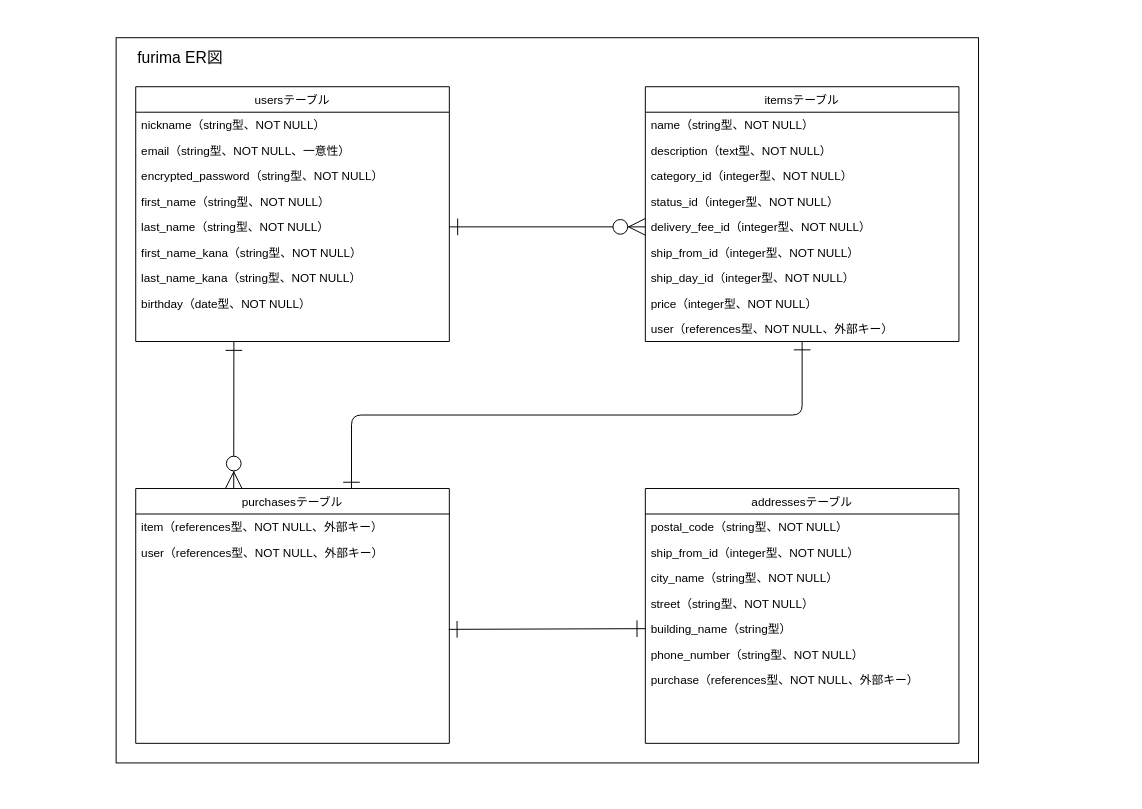
Before: ER.drawio in kazukiwada01/furima-37032, a draw.io diagram. Source tidied: cells renumbered, new cells numbered last; positions are measured from the earlier drawing's top-left corner, leaving out a move shared by most shapes. Both pictures are drawn from the tidied source at 98%, with x=0, y=0 at pixel (116, 37).
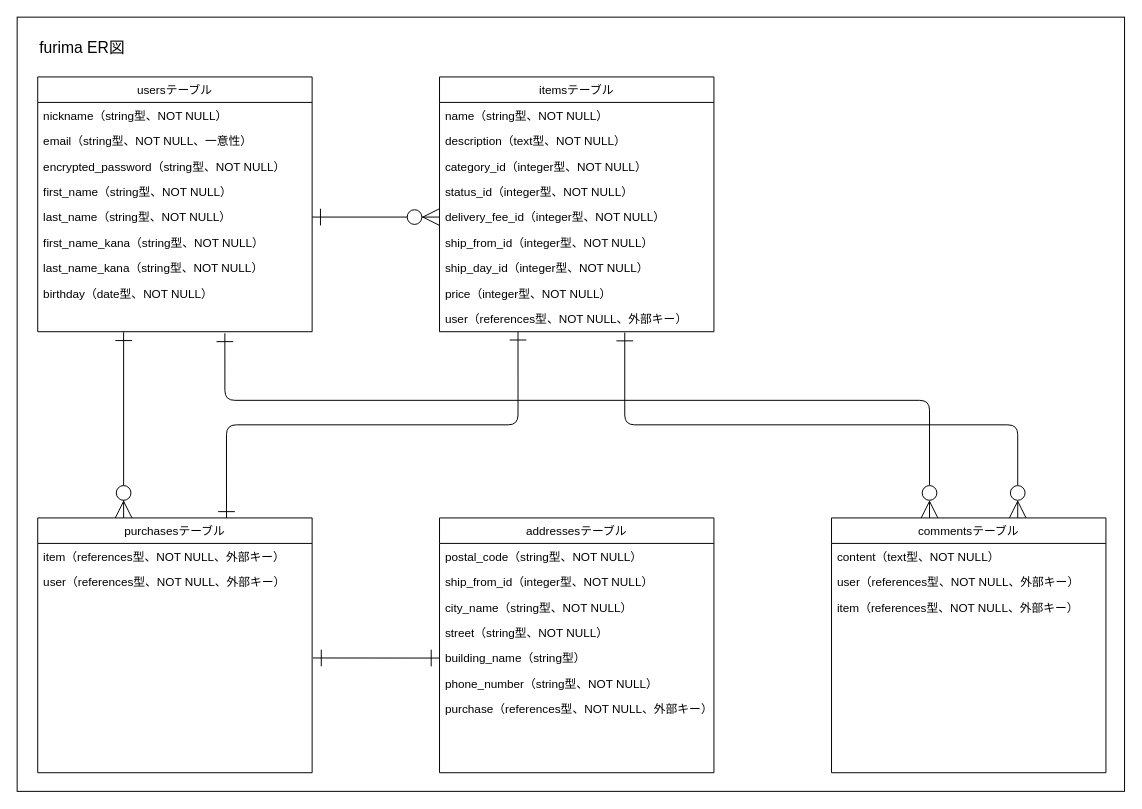
Above is the later version.

Commit message (it also covers changes not shown here):
ER図,READMEの修正

The edit, as a diff of the source:
```diff
@@
     <mxCell id="2" style="rounded=0;whiteSpace=wrap;html=1;fontSize=12;fontColor=#000000;strokeColor=#000000;fillColor=none;" parent="1" vertex="1">
-      <mxGeometry width="880" height="740" as="geometry" />
+      <mxGeometry x="-101" y="-21" width="1130" height="790" as="geometry" />
     </mxCell>
     <mxCell id="3" value="&lt;font color=&quot;#000000&quot; style=&quot;font-size: 16px;&quot;&gt;furima ER図&lt;/font&gt;" style="text;html=1;align=left;verticalAlign=middle;strokeColor=none;fontSize=16;" parent="1" vertex="1">
-      <mxGeometry x="20" y="10" width="100" height="20" as="geometry" />
+      <mxGeometry x="-80" width="100" height="20" as="geometry" />
     </mxCell>
     <mxCell id="4" value="itemsテーブル" style="swimlane;fontStyle=0;horizontal=1;startSize=26;fontSize=12;fillColor=#FFFFFF;fontColor=#000000;strokeColor=#000000;" parent="1" vertex="1">
-      <mxGeometry x="540" y="50" width="320" height="260" as="geometry" />
+      <mxGeometry x="330" y="40" width="280" height="260" as="geometry" />
     </mxCell>
     <mxCell id="5" value="name（string型、NOT NULL）" style="text;strokeColor=none;fillColor=none;align=left;verticalAlign=top;spacingLeft=4;spacingRight=4;overflow=hidden;fontColor=#000000;" parent="4" vertex="1">
-      <mxGeometry y="26" width="320" height="26" as="geometry" />
+      <mxGeometry y="26" width="280" height="26" as="geometry" />
     </mxCell>
     <mxCell id="6" value="description（text型、NOT NULL）" style="text;strokeColor=none;fillColor=none;align=left;verticalAlign=top;spacingLeft=4;spacingRight=4;overflow=hidden;fontColor=#000000;" parent="4" vertex="1">
-      <mxGeometry y="52" width="320" height="26" as="geometry" />
+      <mxGeometry y="52" width="280" height="26" as="geometry" />
     </mxCell>
     <mxCell id="7" value="category_id（integer型、NOT NULL）" style="text;strokeColor=none;fillColor=none;align=left;verticalAlign=top;spacingLeft=4;spacingRight=4;overflow=hidden;fontColor=#000000;" parent="4" vertex="1">
-      <mxGeometry y="78" width="320" height="26" as="geometry" />
+      <mxGeometry y="78" width="280" height="26" as="geometry" />
     </mxCell>
     <mxCell id="8" value="status_id（integer型、NOT NULL）" style="text;strokeColor=none;fillColor=none;align=left;verticalAlign=top;spacingLeft=4;spacingRight=4;overflow=hidden;fontColor=#000000;" parent="4" vertex="1">
-      <mxGeometry y="104" width="320" height="26" as="geometry" />
+      <mxGeometry y="104" width="280" height="26" as="geometry" />
     </mxCell>
     <mxCell id="9" value="delivery_fee_id（integer型、NOT NULL）" style="text;strokeColor=none;fillColor=none;align=left;verticalAlign=top;spacingLeft=4;spacingRight=4;overflow=hidden;points=[[0,0.5],[1,0.5]];portConstraint=eastwest;fontColor=#000000;" parent="4" vertex="1">
-      <mxGeometry y="130" width="320" height="26" as="geometry" />
+      <mxGeometry y="130" width="280" height="26" as="geometry" />
     </mxCell>
     <mxCell id="10" value="ship_from_id（integer型、NOT NULL）" style="text;strokeColor=none;fillColor=none;align=left;verticalAlign=top;spacingLeft=4;spacingRight=4;overflow=hidden;fontColor=#000000;" parent="4" vertex="1">
-      <mxGeometry y="156" width="320" height="26" as="geometry" />
+      <mxGeometry y="156" width="280" height="26" as="geometry" />
     </mxCell>
     <mxCell id="11" value="ship_day_id（integer型、NOT NULL）" style="text;strokeColor=none;fillColor=none;align=left;verticalAlign=top;spacingLeft=4;spacingRight=4;overflow=hidden;fontColor=#000000;" parent="4" vertex="1">
-      <mxGeometry y="182" width="320" height="26" as="geometry" />
+      <mxGeometry y="182" width="280" height="26" as="geometry" />
     </mxCell>
     <mxCell id="12" value="price（integer型、NOT NULL）" style="text;strokeColor=none;fillColor=none;align=left;verticalAlign=top;spacingLeft=4;spacingRight=4;overflow=hidden;fontColor=#000000;" parent="4" vertex="1">
-      <mxGeometry y="208" width="320" height="26" as="geometry" />
+      <mxGeometry y="208" width="280" height="26" as="geometry" />
     </mxCell>
     <mxCell id="13" value="user（references型、NOT NULL、外部キー）" style="text;strokeColor=none;fillColor=none;align=left;verticalAlign=top;spacingLeft=4;spacingRight=4;overflow=hidden;points=[[0,0.5],[1,0.5]];portConstraint=eastwest;fontColor=#000000;" parent="4" vertex="1">
-      <mxGeometry y="234" width="320" height="26" as="geometry" />
+      <mxGeometry y="234" width="280" height="26" as="geometry" />
     </mxCell>
     <mxCell id="14" value="usersテーブル" style="swimlane;fontStyle=0;horizontal=1;startSize=26;fontSize=12;fillColor=#FFFFFF;fontColor=#000000;strokeColor=#000000;" parent="1" vertex="1">
-      <mxGeometry x="20" y="50" width="320" height="260" as="geometry" />
+      <mxGeometry x="-80" y="40" width="280" height="260" as="geometry" />
     </mxCell>
     <mxCell id="15" value="nickname（string型、NOT NULL）" style="text;strokeColor=none;fillColor=none;align=left;verticalAlign=top;spacingLeft=4;spacingRight=4;overflow=hidden;fontColor=#000000;" parent="14" vertex="1">
-      <mxGeometry y="26" width="320" height="26" as="geometry" />
+      <mxGeometry y="26" width="280" height="26" as="geometry" />
     </mxCell>
     <mxCell id="16" value="email（string型、NOT NULL、一意性）" style="text;strokeColor=none;fillColor=none;align=left;verticalAlign=top;spacingLeft=4;spacingRight=4;overflow=hidden;fontColor=#000000;" parent="14" vertex="1">
-      <mxGeometry y="52" width="320" height="26" as="geometry" />
+      <mxGeometry y="52" width="280" height="26" as="geometry" />
     </mxCell>
     <mxCell id="17" value="encrypted_password（string型、NOT NULL）" style="text;strokeColor=none;fillColor=none;align=left;verticalAlign=top;spacingLeft=4;spacingRight=4;overflow=hidden;fontColor=#000000;" parent="14" vertex="1">
-      <mxGeometry y="78" width="320" height="26" as="geometry" />
+      <mxGeometry y="78" width="280" height="26" as="geometry" />
     </mxCell>
     <mxCell id="18" value="first_name（string型、NOT NULL）" style="text;strokeColor=none;fillColor=none;align=left;verticalAlign=top;spacingLeft=4;spacingRight=4;overflow=hidden;fontColor=#000000;" parent="14" vertex="1">
-      <mxGeometry y="104" width="320" height="26" as="geometry" />
+      <mxGeometry y="104" width="280" height="26" as="geometry" />
     </mxCell>
     <mxCell id="19" value="last_name（string型、NOT NULL）" style="text;strokeColor=none;fillColor=none;align=left;verticalAlign=top;spacingLeft=4;spacingRight=4;overflow=hidden;points=[[0,0.5],[1,0.5]];portConstraint=eastwest;fontColor=#000000;" parent="14" vertex="1">
-      <mxGeometry y="130" width="320" height="26" as="geometry" />
+      <mxGeometry y="130" width="280" height="26" as="geometry" />
     </mxCell>
     <mxCell id="20" value="first_name_kana（string型、NOT NULL）" style="text;strokeColor=none;fillColor=none;align=left;verticalAlign=top;spacingLeft=4;spacingRight=4;overflow=hidden;fontColor=#000000;" parent="14" vertex="1">
-      <mxGeometry y="156" width="320" height="26" as="geometry" />
+      <mxGeometry y="156" width="280" height="26" as="geometry" />
     </mxCell>
     <mxCell id="21" value="last_name_kana（string型、NOT NULL）" style="text;strokeColor=none;fillColor=none;align=left;verticalAlign=top;spacingLeft=4;spacingRight=4;overflow=hidden;fontColor=#000000;" parent="14" vertex="1">
-      <mxGeometry y="182" width="320" height="26" as="geometry" />
+      <mxGeometry y="182" width="280" height="26" as="geometry" />
     </mxCell>
     <mxCell id="22" value="birthday（date型、NOT NULL）" style="text;strokeColor=none;fillColor=none;align=left;verticalAlign=top;spacingLeft=4;spacingRight=4;overflow=hidden;points=[[0,0.5],[1,0.5]];portConstraint=eastwest;fontColor=#000000;" parent="14" vertex="1">
-      <mxGeometry y="208" width="320" height="52" as="geometry" />
+      <mxGeometry y="208" width="280" height="52" as="geometry" />
     </mxCell>
-    <mxCell id="23" style="edgeStyle=none;html=1;entryX=0.313;entryY=1.01;entryDx=0;entryDy=0;entryPerimeter=0;fontSize=12;fontColor=#000000;strokeColor=#000000;endArrow=ERone;endFill=0;startArrow=ERzeroToMany;startFill=1;endSize=15;startSize=15;" parent="1" edge="1" target="22">
-      <mxGeometry relative="1" as="geometry">
-        <mxPoint x="120" y="460" as="sourcePoint" />
-      </mxGeometry>
+    <mxCell id="23" style="edgeStyle=none;html=1;entryX=0.313;entryY=1.01;entryDx=0;entryDy=0;entryPerimeter=0;fontSize=12;fontColor=#000000;strokeColor=#000000;endArrow=ERone;endFill=0;startArrow=ERzeroToMany;startFill=1;endSize=15;startSize=15;exitX=0.313;exitY=0;exitDx=0;exitDy=0;exitPerimeter=0;" parent="1" edge="1" source="25" target="22">
+      <mxGeometry relative="1" as="geometry" />
     </mxCell>
-    <mxCell id="24" style="edgeStyle=orthogonalEdgeStyle;html=1;exitX=0.688;exitY=0.008;exitDx=0;exitDy=0;entryX=0.5;entryY=1;entryDx=0;entryDy=0;entryPerimeter=0;fontSize=12;fontColor=#000000;startArrow=ERone;startFill=0;endArrow=ERone;endFill=0;startSize=15;endSize=15;strokeColor=#000000;exitPerimeter=0;" parent="1" edge="1" source="25" target="13">
+    <mxCell id="24" style="edgeStyle=orthogonalEdgeStyle;html=1;exitX=0.688;exitY=0.008;exitDx=0;exitDy=0;entryX=0.286;entryY=0.998;entryDx=0;entryDy=0;entryPerimeter=0;fontSize=12;fontColor=#000000;startArrow=ERone;startFill=0;endArrow=ERone;endFill=0;startSize=15;endSize=15;strokeColor=#000000;exitPerimeter=0;" parent="1" edge="1" source="25" target="13">
       <mxGeometry relative="1" as="geometry" />
     </mxCell>
     <mxCell id="25" value="purchasesテーブル" style="swimlane;fontStyle=0;horizontal=1;startSize=26;fontSize=12;fillColor=#FFFFFF;fontColor=#000000;strokeColor=#000000;" parent="1" vertex="1">
-      <mxGeometry x="20" y="460" width="320" height="260" as="geometry" />
+      <mxGeometry x="-80" y="490" width="280" height="260" as="geometry" />
     </mxCell>
     <mxCell id="26" value="item（references型、NOT NULL、外部キー）" style="text;strokeColor=none;fillColor=none;align=left;verticalAlign=top;spacingLeft=4;spacingRight=4;overflow=hidden;fontColor=#000000;" parent="25" vertex="1">
-      <mxGeometry y="26" width="320" height="26" as="geometry" />
+      <mxGeometry y="26" width="280" height="26" as="geometry" />
     </mxCell>
     <mxCell id="27" value="user（references型、NOT NULL、外部キー）" style="text;strokeColor=none;fillColor=none;align=left;verticalAlign=top;spacingLeft=4;spacingRight=4;overflow=hidden;points=[[0,0.5],[1,0.5]];portConstraint=eastwest;fontColor=#000000;" parent="25" vertex="1">
-      <mxGeometry y="52" width="320" height="208" as="geometry" />
+      <mxGeometry y="52" width="280" height="208" as="geometry" />
     </mxCell>
     <mxCell id="28" value="addressesテーブル" style="swimlane;fontStyle=0;horizontal=1;startSize=26;fontSize=12;fillColor=#FFFFFF;fontColor=#000000;strokeColor=#000000;" parent="1" vertex="1">
-      <mxGeometry x="540" y="460" width="320" height="260" as="geometry" />
+      <mxGeometry x="330" y="490" width="280" height="260" as="geometry" />
     </mxCell>
     <mxCell id="29" value="postal_code（string型、NOT NULL）" style="text;strokeColor=none;fillColor=none;align=left;verticalAlign=top;spacingLeft=4;spacingRight=4;overflow=hidden;fontColor=#000000;" parent="28" vertex="1">
-      <mxGeometry y="26" width="320" height="26" as="geometry" />
+      <mxGeometry y="26" width="280" height="26" as="geometry" />
     </mxCell>
     <mxCell id="30" value="ship_from_id（integer型、NOT NULL）" style="text;strokeColor=none;fillColor=none;align=left;verticalAlign=top;spacingLeft=4;spacingRight=4;overflow=hidden;fontColor=#000000;" parent="28" vertex="1">
-      <mxGeometry y="52" width="320" height="26" as="geometry" />
+      <mxGeometry y="52" width="280" height="26" as="geometry" />
     </mxCell>
     <mxCell id="31" value="city_name（string型、NOT NULL）" style="text;strokeColor=none;fillColor=none;align=left;verticalAlign=top;spacingLeft=4;spacingRight=4;overflow=hidden;fontColor=#000000;" parent="28" vertex="1">
-      <mxGeometry y="78" width="320" height="26" as="geometry" />
+      <mxGeometry y="78" width="280" height="26" as="geometry" />
     </mxCell>
     <mxCell id="32" value="street（string型、NOT NULL）" style="text;strokeColor=none;fillColor=none;align=left;verticalAlign=top;spacingLeft=4;spacingRight=4;overflow=hidden;fontColor=#000000;" parent="28" vertex="1">
-      <mxGeometry y="104" width="320" height="26" as="geometry" />
+      <mxGeometry y="104" width="280" height="26" as="geometry" />
     </mxCell>
     <mxCell id="33" value="building_name（string型）" style="text;strokeColor=none;fillColor=none;align=left;verticalAlign=top;spacingLeft=4;spacingRight=4;overflow=hidden;points=[[0,0.5],[1,0.5]];portConstraint=eastwest;fontColor=#000000;" parent="28" vertex="1">
-      <mxGeometry y="130" width="320" height="26" as="geometry" />
+      <mxGeometry y="130" width="280" height="26" as="geometry" />
     </mxCell>
     <mxCell id="34" value="phone_number（string型、NOT NULL）" style="text;strokeColor=none;fillColor=none;align=left;verticalAlign=top;spacingLeft=4;spacingRight=4;overflow=hidden;fontColor=#000000;" parent="28" vertex="1">
-      <mxGeometry y="156" width="320" height="26" as="geometry" />
+      <mxGeometry y="156" width="280" height="26" as="geometry" />
     </mxCell>
     <mxCell id="35" value="purchase（references型、NOT NULL、外部キー）" style="text;strokeColor=none;fillColor=none;align=left;verticalAlign=top;spacingLeft=4;spacingRight=4;overflow=hidden;fontColor=#000000;" parent="28" vertex="1">
-      <mxGeometry y="182" width="320" height="78" as="geometry" />
+      <mxGeometry y="182" width="280" height="78" as="geometry" />
     </mxCell>
@@
-    <mxCell id="37" style="edgeStyle=none;html=1;exitX=0;exitY=0.5;exitDx=0;exitDy=0;entryX=0.998;entryY=0.361;entryDx=0;entryDy=0;entryPerimeter=0;fontSize=12;fontColor=#000000;startArrow=ERone;startFill=0;endArrow=ERone;endFill=0;startSize=15;endSize=15;strokeColor=#000000;" parent="1" edge="1" source="33">
-      <mxGeometry relative="1" as="geometry">
-        <mxPoint x="339.4" y="603.7" as="targetPoint" />
-      </mxGeometry>
+    <mxCell id="37" style="edgeStyle=none;html=1;exitX=0;exitY=0.5;exitDx=0;exitDy=0;entryX=1.003;entryY=0.437;entryDx=0;entryDy=0;entryPerimeter=0;fontSize=12;fontColor=#000000;startArrow=ERone;startFill=0;endArrow=ERone;endFill=0;startSize=15;endSize=15;strokeColor=#000000;" parent="1" edge="1" source="33" target="27">
+      <mxGeometry relative="1" as="geometry" />
     </mxCell>
+    <mxCell id="38" value="commentsテーブル" style="swimlane;fontStyle=0;horizontal=1;startSize=26;fontSize=12;fillColor=#FFFFFF;fontColor=#000000;strokeColor=#000000;" parent="1" vertex="1">
+      <mxGeometry x="730" y="490" width="280" height="260" as="geometry" />
+    </mxCell>
+    <mxCell id="39" value="content（text型、NOT NULL）" style="text;strokeColor=none;fillColor=none;align=left;verticalAlign=top;spacingLeft=4;spacingRight=4;overflow=hidden;fontColor=#000000;" parent="38" vertex="1">
+      <mxGeometry y="26" width="280" height="26" as="geometry" />
+    </mxCell>
+    <mxCell id="40" value="user（references型、NOT NULL、外部キー）" style="text;strokeColor=none;fillColor=none;align=left;verticalAlign=top;spacingLeft=4;spacingRight=4;overflow=hidden;fontColor=#000000;" parent="38" vertex="1">
+      <mxGeometry y="52" width="280" height="26" as="geometry" />
+    </mxCell>
+    <mxCell id="41" value="item（references型、NOT NULL、外部キー）" style="text;strokeColor=none;fillColor=none;align=left;verticalAlign=top;spacingLeft=4;spacingRight=4;overflow=hidden;fontColor=#000000;" parent="38" vertex="1">
+      <mxGeometry y="78" width="280" height="182" as="geometry" />
+    </mxCell>
+    <mxCell id="42" style="edgeStyle=orthogonalEdgeStyle;html=1;entryX=0.682;entryY=1.031;entryDx=0;entryDy=0;entryPerimeter=0;fontSize=12;fontColor=#000000;startArrow=ERzeroToMany;startFill=0;endArrow=ERone;endFill=0;startSize=15;endSize=15;strokeColor=#000000;" parent="1" edge="1" source="38" target="22">
+      <mxGeometry relative="1" as="geometry">
+        <Array as="points">
+          <mxPoint x="830" y="370" />
+          <mxPoint x="111" y="370" />
+        </Array>
+      </mxGeometry>
+    </mxCell>
+    <mxCell id="43" style="edgeStyle=orthogonalEdgeStyle;html=1;entryX=0.675;entryY=1.032;entryDx=0;entryDy=0;entryPerimeter=0;fontSize=12;fontColor=#000000;startArrow=ERzeroToMany;startFill=0;endArrow=ERone;endFill=0;startSize=15;endSize=15;strokeColor=#000000;" parent="1" edge="1" target="13">
+      <mxGeometry relative="1" as="geometry">
+        <mxPoint x="920" y="490" as="sourcePoint" />
+        <Array as="points">
+          <mxPoint x="920" y="490" />
+          <mxPoint x="920" y="395" />
+          <mxPoint x="519" y="395" />
+        </Array>
+      </mxGeometry>
+    </mxCell>
```
